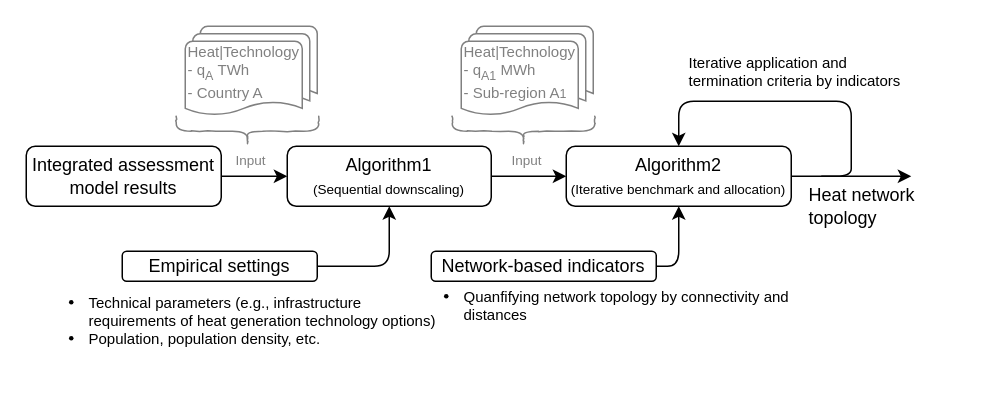
This is _latex-file/Figures/3_Methodology/Flow_diagram.drawio from sebastianzwickl/downscaling-paper, a draw.io file, before an edit. Source tidied: cells renumbered, new cells numbered last; positions are measured from the earlier drawing's top-left corner, leaving out a move shared by most shapes. Both pictures are drawn from the tidied source at 150%, with x=0, y=0 at pixel (26, 26).
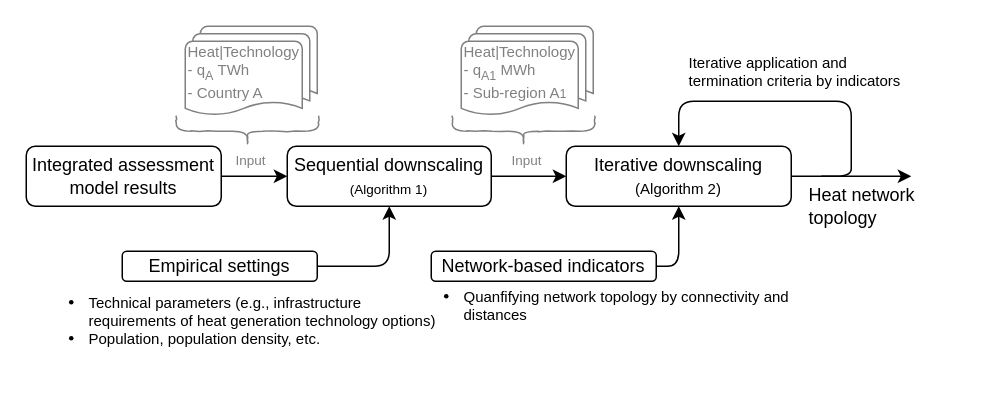
The same page after the edit.

Diff of the diagram source:
```diff
@@
-    <mxCell id="4" value="Algorithm1&lt;br&gt;&lt;font style=&quot;font-size: 9px&quot;&gt;(Sequential downscaling)&lt;/font&gt;" style="rounded=1;whiteSpace=wrap;html=1;fontSize=12;glass=0;strokeWidth=1;shadow=0;align=center;" parent="1" vertex="1">
+    <mxCell id="4" value="Sequential downscaling&lt;br&gt;&lt;font style=&quot;font-size: 9px&quot;&gt;(Algorithm 1)&lt;/font&gt;" style="rounded=1;whiteSpace=wrap;html=1;fontSize=12;glass=0;strokeWidth=1;shadow=0;align=center;" parent="1" vertex="1">
       <mxGeometry x="174" y="80" width="136" height="40" as="geometry" />
     </mxCell>
-    <mxCell id="5" value="Algorithm2&lt;br&gt;&lt;font style=&quot;font-size: 9px&quot;&gt;(Iterative benchmark and allocation)&lt;/font&gt;" style="rounded=1;whiteSpace=wrap;html=1;fontSize=12;glass=0;strokeWidth=1;shadow=0;align=center;" parent="1" vertex="1">
+    <mxCell id="5" value="Iterative downscaling&lt;br&gt;&lt;font size=&quot;1&quot;&gt;(Algorithm 2)&lt;/font&gt;" style="rounded=1;whiteSpace=wrap;html=1;fontSize=12;glass=0;strokeWidth=1;shadow=0;align=center;" parent="1" vertex="1">
       <mxGeometry x="360" y="80" width="150" height="40" as="geometry" />
     </mxCell>
```
